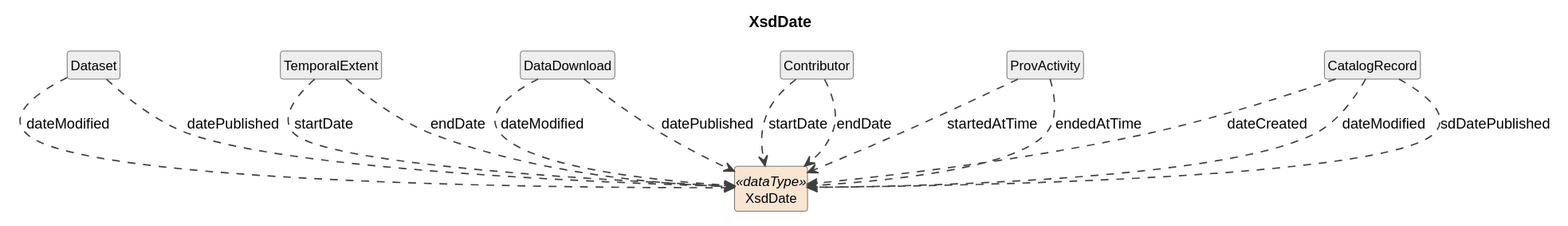
Above: cdif-uml-model/_plantuml/cdifDiscovery/DataTypes/XsdDate.svg in Cross-Domain-Interoperability-Framework/metadataBuildingBlocks (PlantUML), before the change.
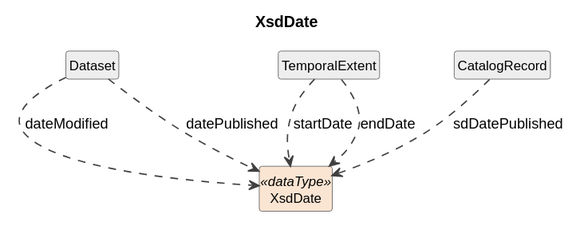
The same diagram one commit later.

What changed in the source:
```diff
@@ -17,17 +17,6 @@
 class "TemporalExtent" as TemporalExtent #EEEEEE
 TemporalExtent ..> XsdDate : startDate
 TemporalExtent ..> XsdDate : endDate
-class "DataDownload" as DataDownload #EEEEEE
-DataDownload ..> XsdDate : dateModified
-DataDownload ..> XsdDate : datePublished
-class "Contributor" as Contributor #EEEEEE
-Contributor ..> XsdDate : startDate
-Contributor ..> XsdDate : endDate
-class "ProvActivity" as ProvActivity #EEEEEE
-ProvActivity ..> XsdDate : startedAtTime
-ProvActivity ..> XsdDate : endedAtTime
 class "CatalogRecord" as CatalogRecord #EEEEEE
-CatalogRecord ..> XsdDate : dateCreated
-CatalogRecord ..> XsdDate : dateModified
 CatalogRecord ..> XsdDate : sdDatePublished
 @enduml
```
